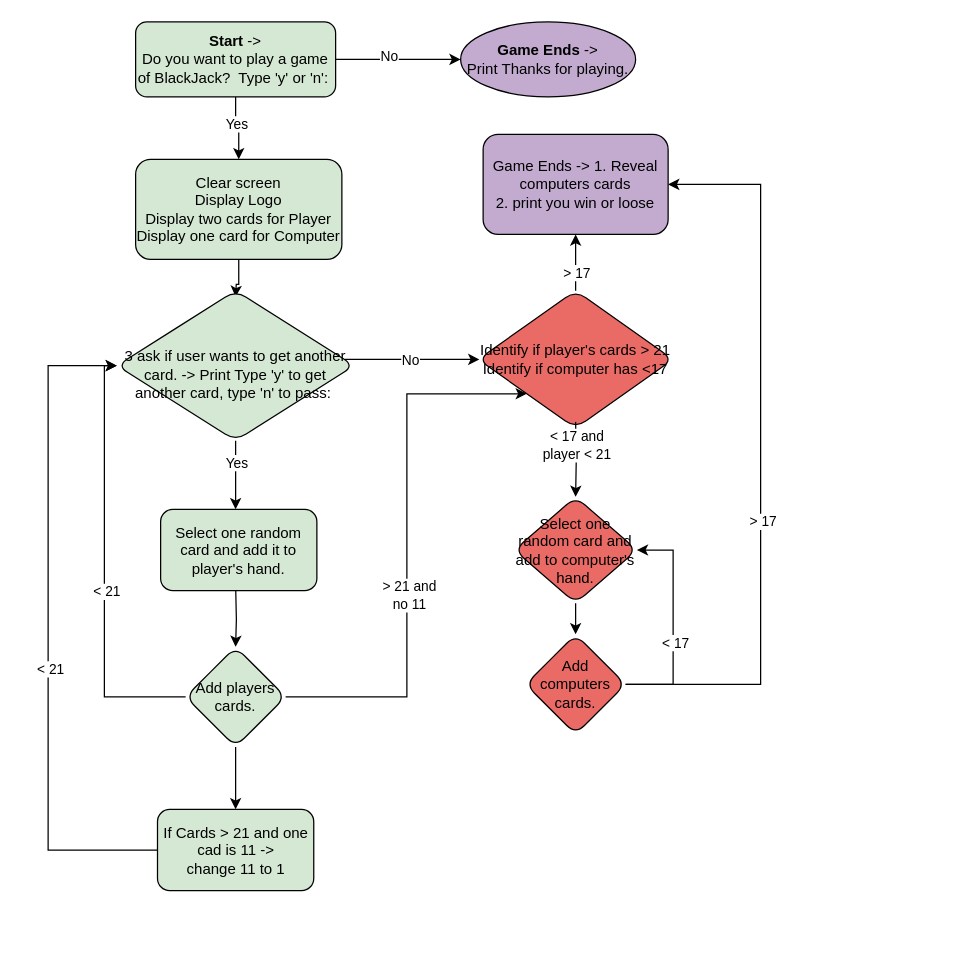
This is Black Jack Diagram.drawio from taryee8/hello-world, a draw.io file, before an edit. Source tidied: cells renumbered, new cells numbered last; positions are measured from the earlier drawing's top-left corner, leaving out a move shared by most shapes. Both pictures are drawn from the tidied source at 125%, with x=0, y=0 at pixel (48, 21).
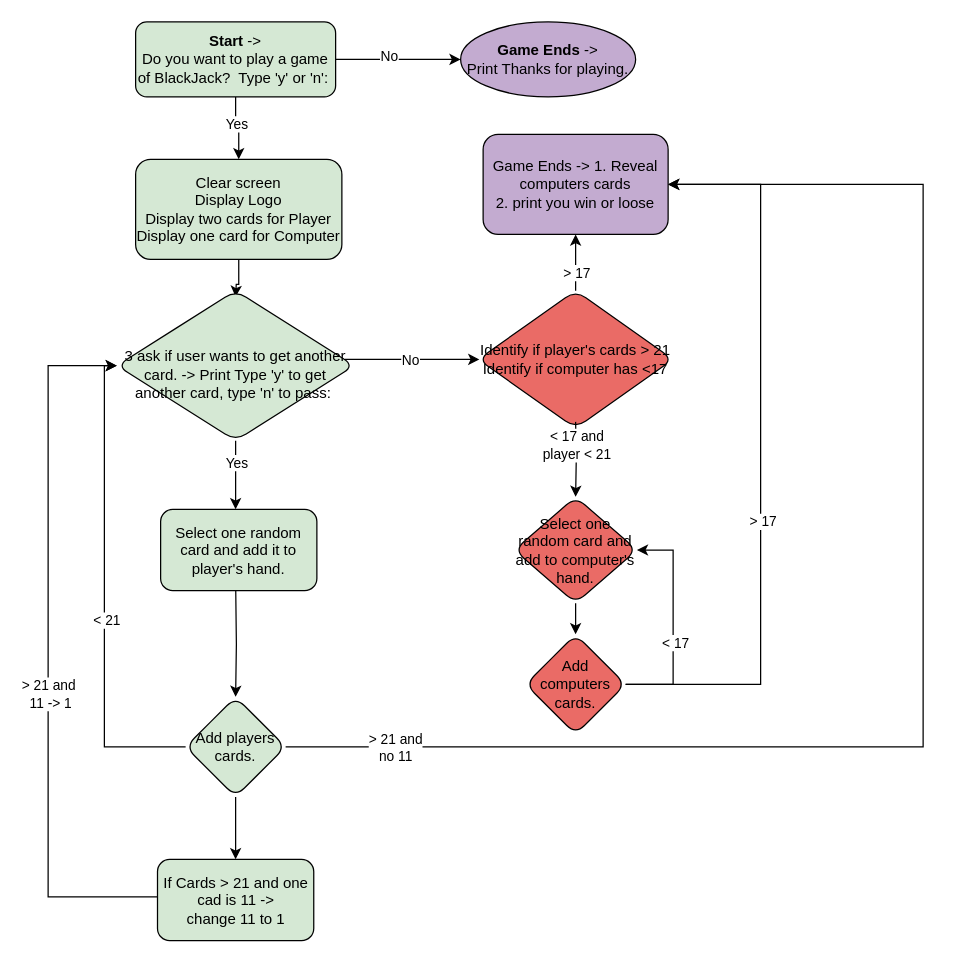
After the change.

Unchanged cells that the change refers to:
```xml
<mxCell id="14" value="Identify if player's cards &amp;gt; 21&lt;br&gt;Identify if computer has &amp;lt;17" style="rhombus;whiteSpace=wrap;html=1;rounded=1;shadow=0;strokeWidth=1;fillColor=#EA6B66;glass=0;" parent="1" vertex="1">
  <mxGeometry x="344" y="215" width="156" height="110" as="geometry" />
</mxCell>
<mxCell id="15" value="Game Ends -&amp;gt; 1. Reveal computers cards&lt;br&gt;2. print you win or loose" style="whiteSpace=wrap;html=1;rounded=1;shadow=0;strokeWidth=1;fillColor=#C3ABD0;glass=0;" parent="1" vertex="1">
  <mxGeometry x="348" y="90" width="148" height="80" as="geometry" />
</mxCell>
<mxCell id="18" value="&lt;br&gt;&lt;span&gt;3 ask if user wants to get another card. -&amp;gt; Print Type 'y' to get another card, type 'n' to pass:&amp;nbsp;&lt;/span&gt;" style="rhombus;whiteSpace=wrap;html=1;rounded=1;shadow=0;strokeWidth=1;glass=0;fillColor=#D5E8D4;" parent="1" vertex="1">
  <mxGeometry x="55" y="215" width="190" height="120" as="geometry" />
</mxCell>
```

What changed in the source:
```diff
@@
-    <mxCell id="20" style="edgeStyle=orthogonalEdgeStyle;rounded=0;jettySize=auto;html=1;" parent="1" edge="1" source="21">
+    <mxCell id="20" style="edgeStyle=orthogonalEdgeStyle;rounded=0;jettySize=auto;html=1;exitX=0.5;exitY=1;exitDx=0;exitDy=0;entryX=0.5;entryY=0;entryDx=0;entryDy=0;" parent="1" edge="1" source="21" target="36">
       <mxGeometry relative="1" as="geometry">
-        <mxPoint x="150" y="630" as="targetPoint" />
+        <Array as="points">
+          <mxPoint x="150" y="640" />
+          <mxPoint x="150" y="640" />
+        </Array>
       </mxGeometry>
     </mxCell>
     <mxCell id="21" value="Add players cards." style="rhombus;whiteSpace=wrap;html=1;rounded=1;shadow=0;strokeWidth=1;glass=0;fillColor=#D5E8D4;" parent="1" vertex="1">
-      <mxGeometry x="110" y="500" width="80" height="80" as="geometry" />
+      <mxGeometry x="110" y="540" width="80" height="80" as="geometry" />
     </mxCell>
@@
-    <mxCell id="24" style="endArrow=classic;html=1;rounded=0;exitX=1;exitY=0.5;exitDx=0;exitDy=0;entryX=0;entryY=1;entryDx=0;entryDy=0;edgeStyle=elbowEdgeStyle;" parent="1" edge="1" source="21" target="14">
-      <mxGeometry relative="1" as="geometry" />
+    <mxCell id="24" style="endArrow=classic;html=1;rounded=0;exitX=1;exitY=0.5;exitDx=0;exitDy=0;edgeStyle=elbowEdgeStyle;" parent="1" edge="1" source="21" target="15">
+      <mxGeometry relative="1" as="geometry">
+        <Array as="points">
+          <mxPoint x="700" y="340" />
+        </Array>
+      </mxGeometry>
     </mxCell>
     <mxCell id="25" value="&amp;gt; 21 and&lt;br&gt;no 11" style="edgeLabel;html=1;align=center;verticalAlign=middle;" parent="24" vertex="1">
-      <mxGeometry x="-0.18" y="-1" relative="1" as="geometry" />
+      <mxGeometry x="-0.18" y="-1" relative="1" as="geometry">
+        <mxPoint x="-390" y="-1" as="offset" />
+      </mxGeometry>
     </mxCell>
@@
     <mxCell id="36" value="&lt;span style=&quot;font-family: &amp;#34;helvetica&amp;#34;&quot;&gt;If Cards &amp;gt; 21 and one cad is 11 -&amp;gt; &lt;br&gt;change 11 to 1&lt;/span&gt;" style="whiteSpace=wrap;html=1;rounded=1;shadow=0;strokeWidth=1;glass=0;fillColor=#D5E8D4;" parent="1" vertex="1">
-      <mxGeometry x="87.5" y="630" width="125" height="65" as="geometry" />
+      <mxGeometry x="87.5" y="670" width="125" height="65" as="geometry" />
     </mxCell>
     <mxCell id="37" style="endArrow=classic;html=1;rounded=0;edgeStyle=orthogonalEdgeStyle;" parent="1" edge="1" source="36" target="18">
       <mxGeometry relative="1" as="geometry">
         <Array as="points">
-          <mxPoint y="662" />
+          <mxPoint x="87" y="700" />
+          <mxPoint y="700" />
           <mxPoint y="275" />
         </Array>
       </mxGeometry>
     </mxCell>
-    <mxCell id="38" value="&amp;lt; 21" style="edgeLabel;html=1;align=center;verticalAlign=middle;" parent="37" vertex="1">
+    <mxCell id="38" value="&amp;gt; 21 and&amp;nbsp;&lt;br&gt;11 -&amp;gt; 1" style="edgeLabel;html=1;align=center;verticalAlign=middle;" parent="37" vertex="1">
       <mxGeometry x="-0.12" y="-1" relative="1" as="geometry" />
     </mxCell>
```
